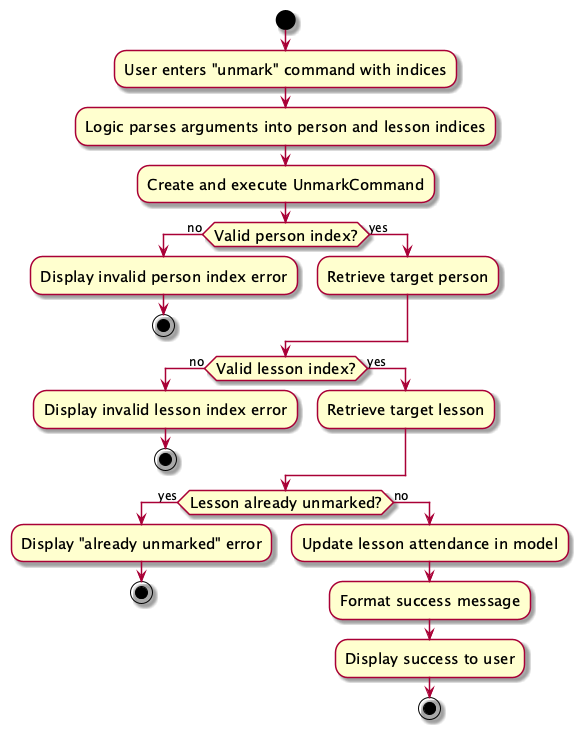
Earlier version of the PlantUML export docs/images/UnmarkCommandActivityDiagram.png (tonyvict/tp). Its diagram source:
```plantuml
@startuml
skin rose
skinparam ActivityFontSize 15
skinparam ArrowFontSize 12
start
:User enters "unmark" command with indices;
:Logic parses arguments into person and lesson indices;
:Create and execute UnmarkCommand;
if (Valid person index?) then (no)
  :Display invalid person index error;
  stop
else (yes)
  :Retrieve target person;
endif
if (Valid lesson index?) then (no)
  :Display invalid lesson index error;
  stop
else (yes)
  :Retrieve target lesson;
endif
if (Lesson already unmarked?) then (yes)
  :Display "already unmarked" error;
  stop
else (no)
  :Update lesson attendance in model;
  :Format success message;
  :Display success to user;
  stop
endif
@enduml
```
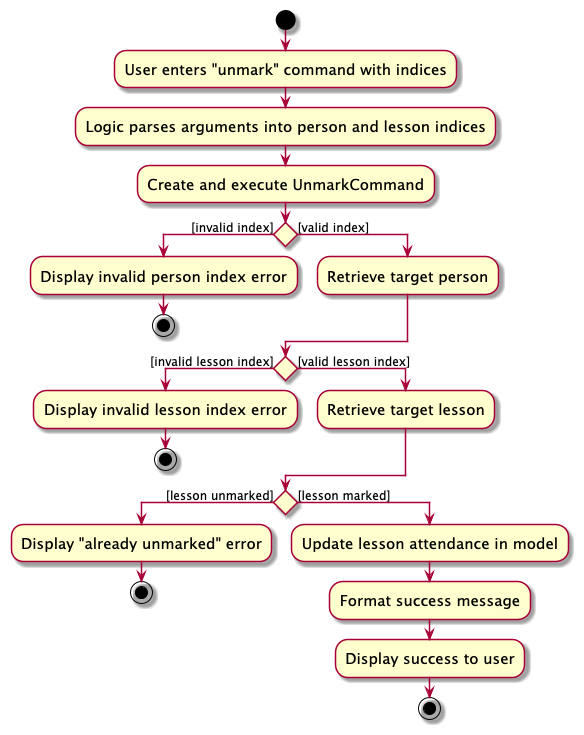
The same diagram one commit later.

Commit message:
Update activity diagrams

Diff of the diagram source:
```diff
@@ -6,22 +6,22 @@
 :User enters "unmark" command with indices;
 :Logic parses arguments into person and lesson indices;
 :Create and execute UnmarkCommand;
-if (Valid person index?) then (no)
+if () then ([invalid index])
   :Display invalid person index error;
   stop
-else (yes)
+else ([valid index])
   :Retrieve target person;
 endif
-if (Valid lesson index?) then (no)
+if () then ([invalid lesson index])
   :Display invalid lesson index error;
   stop
-else (yes)
+else ([valid lesson index])
   :Retrieve target lesson;
 endif
-if (Lesson already unmarked?) then (yes)
+if () then ([lesson unmarked])
   :Display "already unmarked" error;
   stop
-else (no)
+else ([lesson marked])
   :Update lesson attendance in model;
   :Format success message;
   :Display success to user;
```
